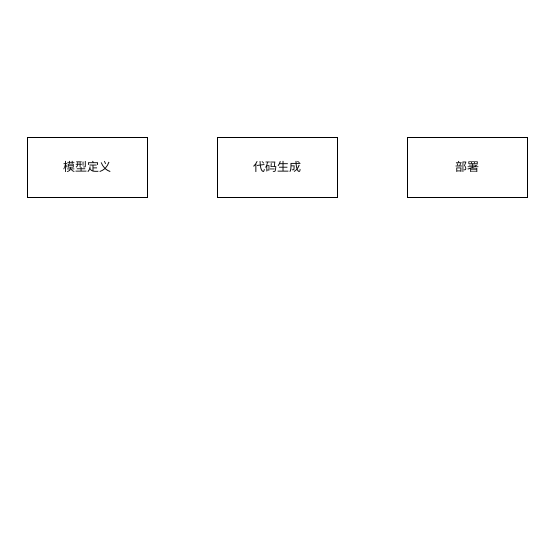
Above: juggle.drawio in pengkangde/juggle (draw.io), before the change. Source tidied: cells renumbered, new cells numbered last; positions are measured from the earlier drawing's top-left corner, leaving out a move shared by most shapes. Both pictures are drawn from the tidied source at 100%, with x=0, y=0 at pixel (27, 137).
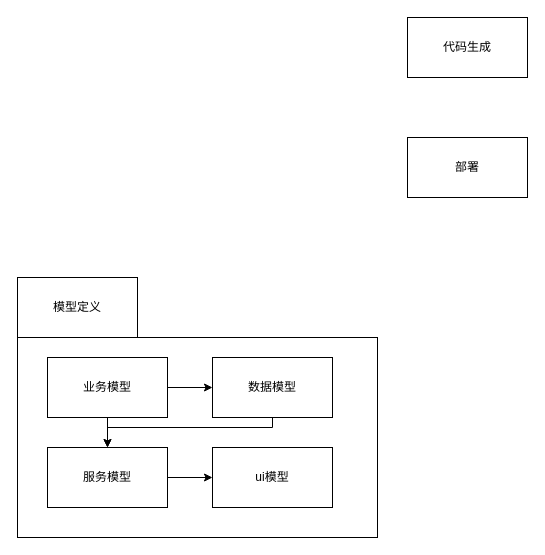
After the change.

Commit message:
更新模型定义

Change to the diagram source:
```diff
@@
 <mxGraphModel>
   <root>
     <mxCell id="0" />
     <mxCell id="1" parent="0" />
+    <mxCell id="5" style="rounded=0;whiteSpace=wrap;html=1;" parent="1" vertex="1">
+      <mxGeometry x="-10" y="200" width="360" height="200" as="geometry" />
+    </mxCell>
     <mxCell id="2" value="模型定义" style="rounded=0;whiteSpace=wrap;html=1;" parent="1" vertex="1">
-      <mxGeometry width="120" height="60" as="geometry" />
+      <mxGeometry x="-10" y="140" width="120" height="60" as="geometry" />
     </mxCell>
     <mxCell id="3" value="代码生成" style="rounded=0;whiteSpace=wrap;html=1;" parent="1" vertex="1">
-      <mxGeometry x="190" width="120" height="60" as="geometry" />
+      <mxGeometry x="380" y="-120" width="120" height="60" as="geometry" />
     </mxCell>
     <mxCell id="4" value="部署" style="rounded=0;whiteSpace=wrap;html=1;" parent="1" vertex="1">
       <mxGeometry x="380" width="120" height="60" as="geometry" />
     </mxCell>
+    <mxCell id="6" style="edgeStyle=orthogonalEdgeStyle;rounded=0;jettySize=auto;html=1;exitX=0.5;exitY=1;exitDx=0;exitDy=0;entryX=0.5;entryY=0;entryDx=0;entryDy=0;" parent="1" edge="1" source="8" target="10">
+      <mxGeometry relative="1" as="geometry" />
+    </mxCell>
+    <mxCell id="7" style="edgeStyle=orthogonalEdgeStyle;rounded=0;jettySize=auto;html=1;exitX=1;exitY=0.5;exitDx=0;exitDy=0;entryX=0;entryY=0.5;entryDx=0;entryDy=0;" parent="1" edge="1" source="8" target="12">
+      <mxGeometry relative="1" as="geometry" />
+    </mxCell>
+    <mxCell id="8" value="业务模型" style="rounded=0;whiteSpace=wrap;html=1;" parent="1" vertex="1">
+      <mxGeometry x="20" y="220" width="120" height="60" as="geometry" />
+    </mxCell>
+    <mxCell id="9" style="edgeStyle=orthogonalEdgeStyle;rounded=0;jettySize=auto;html=1;exitX=1;exitY=0.5;exitDx=0;exitDy=0;entryX=0;entryY=0.5;entryDx=0;entryDy=0;" parent="1" edge="1" source="10" target="13">
+      <mxGeometry relative="1" as="geometry" />
+    </mxCell>
+    <mxCell id="10" value="服务模型" style="rounded=0;whiteSpace=wrap;html=1;" parent="1" vertex="1">
+      <mxGeometry x="20" y="310" width="120" height="60" as="geometry" />
+    </mxCell>
+    <mxCell id="11" style="edgeStyle=orthogonalEdgeStyle;rounded=0;jettySize=auto;html=1;exitX=0.5;exitY=1;exitDx=0;exitDy=0;entryX=0.5;entryY=0;entryDx=0;entryDy=0;" parent="1" edge="1" source="12" target="10">
+      <mxGeometry relative="1" as="geometry">
+        <Array as="points">
+          <mxPoint x="245" y="290" />
+          <mxPoint x="80" y="290" />
+        </Array>
+      </mxGeometry>
+    </mxCell>
+    <mxCell id="12" value="数据模型" style="rounded=0;whiteSpace=wrap;html=1;" parent="1" vertex="1">
+      <mxGeometry x="185" y="220" width="120" height="60" as="geometry" />
+    </mxCell>
+    <mxCell id="13" value="ui模型" style="rounded=0;whiteSpace=wrap;html=1;" parent="1" vertex="1">
+      <mxGeometry x="185" y="310" width="120" height="60" as="geometry" />
+    </mxCell>
   </root>
 </mxGraphModel>
```
